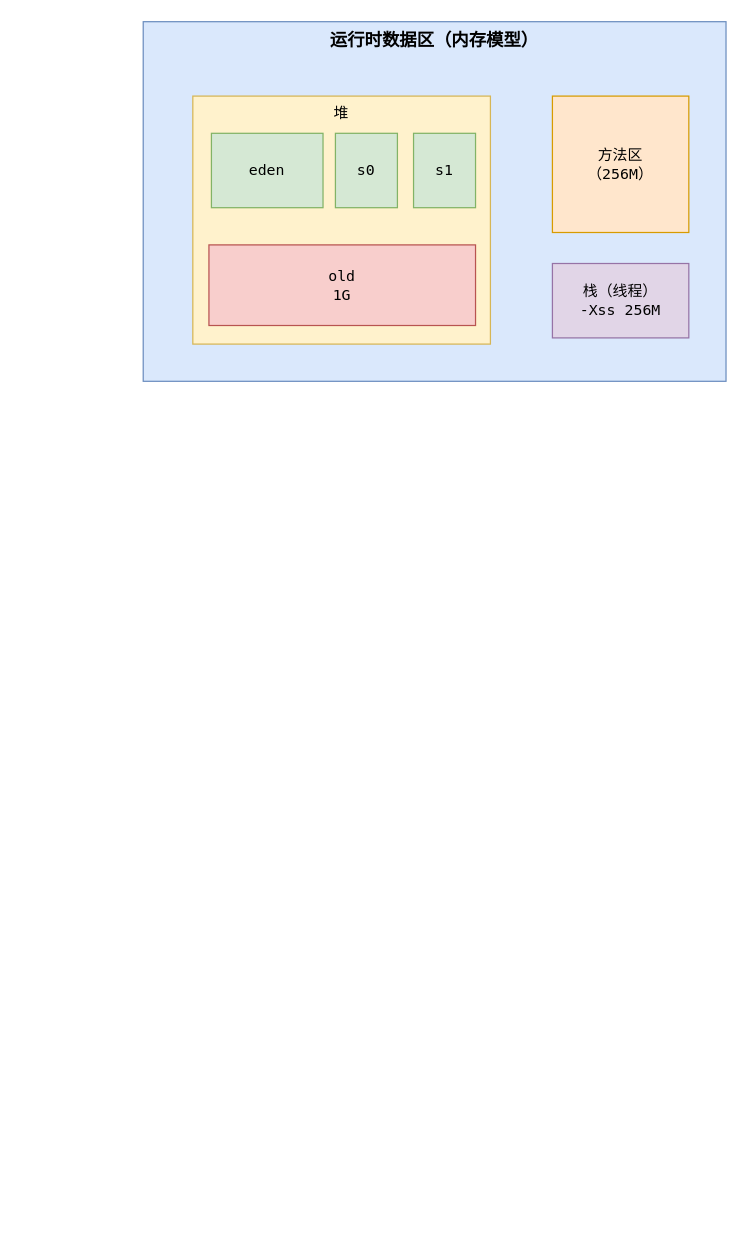
songailin/draw keeps this draw.io diagram as Untitled Diagram.drawio. Above is the earlier version. Source tidied: cells renumbered, new cells numbered last; positions are measured from the earlier drawing's top-left corner, leaving out a move shared by most shapes. Both pictures are drawn from the tidied source at 124%, with x=0, y=0 at pixel (143, 21).
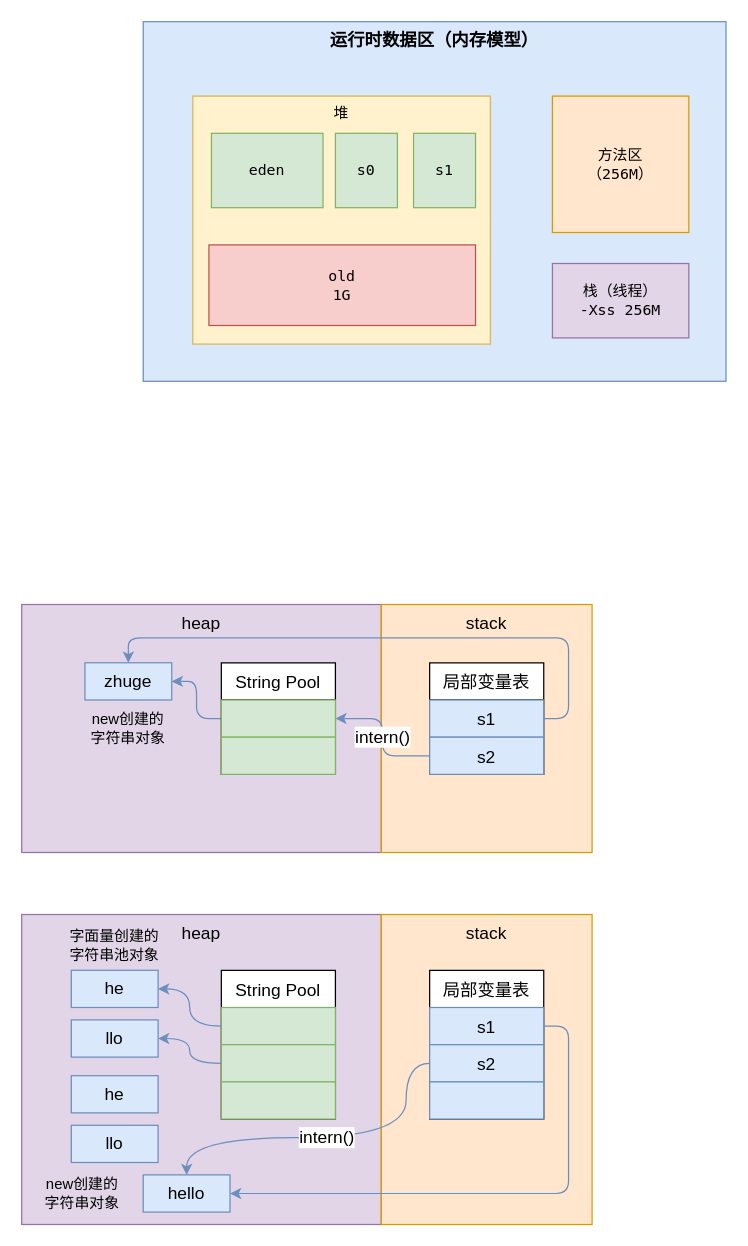
Above is the later version.

Change to the diagram source:
```diff
@@
+    <mxCell id="10" value="heap" style="rounded=0;whiteSpace=wrap;html=1;align=center;verticalAlign=top;fontSize=14;fillColor=#e1d5e7;strokeColor=#9673a6;" parent="1" vertex="1">
+      <mxGeometry x="-98" y="470" width="290" height="200" as="geometry" />
+    </mxCell>
+    <mxCell id="11" value="stack" style="rounded=0;whiteSpace=wrap;html=1;verticalAlign=top;fontSize=14;fillColor=#ffe6cc;strokeColor=#d79b00;" parent="1" vertex="1">
+      <mxGeometry x="192" y="470" width="170" height="200" as="geometry" />
+    </mxCell>
+    <mxCell id="12" value="局部变量表" style="swimlane;fontStyle=0;horizontal=1;startSize=30;fontSize=14;" parent="1" vertex="1">
+      <mxGeometry x="231" y="517" width="92" height="90" as="geometry" />
+    </mxCell>
+    <mxCell id="13" value="s1" style="text;strokeColor=#6c8ebf;fillColor=#dae8fc;align=center;verticalAlign=middle;spacingLeft=4;spacingRight=4;overflow=hidden;points=[[0,0.5],[1,0.5]];portConstraint=eastwest;fontSize=14;" parent="12" vertex="1">
+      <mxGeometry y="30" width="92" height="30" as="geometry" />
+    </mxCell>
+    <mxCell id="14" value="s2" style="text;strokeColor=#6c8ebf;fillColor=#dae8fc;align=center;verticalAlign=middle;spacingLeft=4;spacingRight=4;overflow=hidden;points=[[0,0.5],[1,0.5]];portConstraint=eastwest;fontSize=14;" parent="12" vertex="1">
+      <mxGeometry y="60" width="92" height="30" as="geometry" />
+    </mxCell>
+    <mxCell id="15" style="edgeStyle=orthogonalEdgeStyle;rounded=1;jettySize=auto;html=1;exitX=0;exitY=0.5;exitDx=0;exitDy=0;fontSize=14;fillColor=#dae8fc;strokeColor=#6c8ebf;" parent="1" edge="1" source="16" target="19">
+      <mxGeometry relative="1" as="geometry" />
+    </mxCell>
+    <mxCell id="16" value="String Pool" style="swimlane;fontStyle=0;horizontal=1;startSize=30;fontSize=14;" parent="1" vertex="1">
+      <mxGeometry x="63" y="517" width="92" height="90" as="geometry" />
+    </mxCell>
+    <mxCell id="17" style="text;strokeColor=#82b366;fillColor=#d5e8d4;align=center;verticalAlign=middle;spacingLeft=4;spacingRight=4;overflow=hidden;fontSize=14;" parent="16" vertex="1">
+      <mxGeometry y="30" width="92" height="30" as="geometry" />
+    </mxCell>
+    <mxCell id="18" value=" " style="text;strokeColor=#82b366;fillColor=#d5e8d4;align=center;verticalAlign=middle;spacingLeft=4;spacingRight=4;overflow=hidden;fontSize=14;" parent="16" vertex="1">
+      <mxGeometry y="60" width="92" height="30" as="geometry" />
+    </mxCell>
+    <mxCell id="19" value="zhuge" style="rounded=0;whiteSpace=wrap;html=1;fontSize=14;fillColor=#dae8fc;strokeColor=#6c8ebf;" parent="1" vertex="1">
+      <mxGeometry x="-47" y="517" width="70" height="30" as="geometry" />
+    </mxCell>
+    <mxCell id="20" style="edgeStyle=orthogonalEdgeStyle;rounded=1;jettySize=auto;html=1;exitX=1;exitY=0.5;exitDx=0;exitDy=0;entryX=0.5;entryY=0;entryDx=0;entryDy=0;fontSize=14;fillColor=#dae8fc;strokeColor=#6c8ebf;" parent="1" edge="1" source="13" target="19">
+      <mxGeometry relative="1" as="geometry" />
+    </mxCell>
+    <mxCell id="21" value="intern()" style="edgeStyle=orthogonalEdgeStyle;jettySize=auto;html=1;exitX=0;exitY=0.5;exitDx=0;exitDy=0;fontSize=14;fillColor=#dae8fc;strokeColor=#6c8ebf;entryX=1;entryY=0.5;entryDx=0;entryDy=0;rounded=1;" parent="1" edge="1" source="14" target="16">
+      <mxGeometry relative="1" as="geometry" />
+    </mxCell>
+    <mxCell id="22" value="heap" style="rounded=0;whiteSpace=wrap;html=1;align=center;verticalAlign=top;fontSize=14;fillColor=#e1d5e7;strokeColor=#9673a6;" parent="1" vertex="1">
+      <mxGeometry x="-98" y="720" width="290" height="250" as="geometry" />
+    </mxCell>
+    <mxCell id="23" value="stack" style="rounded=0;whiteSpace=wrap;html=1;verticalAlign=top;fontSize=14;fillColor=#ffe6cc;strokeColor=#d79b00;" parent="1" vertex="1">
+      <mxGeometry x="192" y="720" width="170" height="250" as="geometry" />
+    </mxCell>
+    <mxCell id="24" value="局部变量表" style="swimlane;fontStyle=0;horizontal=1;startSize=30;fontSize=14;" parent="1" vertex="1">
+      <mxGeometry x="231" y="765" width="92" height="120" as="geometry" />
+    </mxCell>
+    <mxCell id="25" value="s1" style="text;strokeColor=#6c8ebf;fillColor=#dae8fc;align=center;verticalAlign=middle;spacingLeft=4;spacingRight=4;overflow=hidden;points=[[0,0.5],[1,0.5]];portConstraint=eastwest;fontSize=14;" parent="24" vertex="1">
+      <mxGeometry y="30" width="92" height="30" as="geometry" />
+    </mxCell>
+    <mxCell id="26" value="s2" style="text;strokeColor=#6c8ebf;fillColor=#dae8fc;align=center;verticalAlign=middle;spacingLeft=4;spacingRight=4;overflow=hidden;points=[[0,0.5],[1,0.5]];portConstraint=eastwest;fontSize=14;" parent="24" vertex="1">
+      <mxGeometry y="60" width="92" height="30" as="geometry" />
+    </mxCell>
+    <mxCell id="27" style="text;strokeColor=#6c8ebf;fillColor=#dae8fc;align=center;verticalAlign=middle;spacingLeft=4;spacingRight=4;overflow=hidden;fontSize=14;" parent="24" vertex="1">
+      <mxGeometry y="90" width="92" height="30" as="geometry" />
+    </mxCell>
+    <mxCell id="28" value="String Pool" style="swimlane;fontStyle=0;horizontal=1;startSize=30;fontSize=14;" parent="1" vertex="1">
+      <mxGeometry x="63" y="765" width="92" height="120" as="geometry" />
+    </mxCell>
+    <mxCell id="29" style="text;strokeColor=#82b366;fillColor=#d5e8d4;align=center;verticalAlign=middle;spacingLeft=4;spacingRight=4;overflow=hidden;points=[[0,0.5],[1,0.5]];portConstraint=eastwest;fontSize=14;" parent="28" vertex="1">
+      <mxGeometry y="30" width="92" height="30" as="geometry" />
+    </mxCell>
+    <mxCell id="30" style="text;strokeColor=#82b366;fillColor=#d5e8d4;align=center;verticalAlign=middle;spacingLeft=4;spacingRight=4;overflow=hidden;points=[[0,0.5],[1,0.5]];portConstraint=eastwest;fontSize=14;" parent="28" vertex="1">
+      <mxGeometry y="60" width="92" height="30" as="geometry" />
+    </mxCell>
+    <mxCell id="31" style="text;strokeColor=#82b366;fillColor=#d5e8d4;align=center;verticalAlign=middle;spacingLeft=4;spacingRight=4;overflow=hidden;fontSize=14;" parent="28" vertex="1">
+      <mxGeometry y="90" width="92" height="30" as="geometry" />
+    </mxCell>
+    <mxCell id="32" value="he" style="rounded=0;whiteSpace=wrap;html=1;fontSize=14;fillColor=#dae8fc;strokeColor=#6c8ebf;" parent="1" vertex="1">
+      <mxGeometry x="-58" y="765" width="70" height="30" as="geometry" />
+    </mxCell>
+    <mxCell id="33" value="llo" style="rounded=0;whiteSpace=wrap;html=1;fontSize=14;fillColor=#dae8fc;strokeColor=#6c8ebf;" parent="1" vertex="1">
+      <mxGeometry x="-58" y="805" width="70" height="30" as="geometry" />
+    </mxCell>
+    <mxCell id="34" value="hello" style="rounded=0;whiteSpace=wrap;html=1;fontSize=14;fillColor=#dae8fc;strokeColor=#6c8ebf;" parent="1" vertex="1">
+      <mxGeometry y="930" width="70" height="30" as="geometry" />
+    </mxCell>
+    <mxCell id="35" style="edgeStyle=orthogonalEdgeStyle;rounded=1;jettySize=auto;html=1;exitX=1;exitY=0.5;exitDx=0;exitDy=0;entryX=1;entryY=0.5;entryDx=0;entryDy=0;fontSize=14;fillColor=#dae8fc;strokeColor=#6c8ebf;" parent="1" edge="1" source="25" target="34">
+      <mxGeometry relative="1" as="geometry" />
+    </mxCell>
+    <mxCell id="36" style="edgeStyle=orthogonalEdgeStyle;jettySize=auto;html=1;exitX=0;exitY=0.5;exitDx=0;exitDy=0;entryX=1;entryY=0.5;entryDx=0;entryDy=0;fontSize=14;fillColor=#dae8fc;strokeColor=#6c8ebf;curved=1;" parent="1" edge="1" source="29" target="32">
+      <mxGeometry relative="1" as="geometry" />
+    </mxCell>
+    <mxCell id="37" style="edgeStyle=orthogonalEdgeStyle;jettySize=auto;html=1;exitX=0;exitY=0.5;exitDx=0;exitDy=0;entryX=1;entryY=0.5;entryDx=0;entryDy=0;fontSize=14;fillColor=#dae8fc;strokeColor=#6c8ebf;curved=1;" parent="1" edge="1" source="30" target="33">
+      <mxGeometry relative="1" as="geometry" />
+    </mxCell>
+    <mxCell id="38" value="he" style="rounded=0;whiteSpace=wrap;html=1;fontSize=14;fillColor=#dae8fc;strokeColor=#6c8ebf;" parent="1" vertex="1">
+      <mxGeometry x="-58" y="850" width="70" height="30" as="geometry" />
+    </mxCell>
+    <mxCell id="39" value="llo" style="rounded=0;whiteSpace=wrap;html=1;fontSize=14;fillColor=#dae8fc;strokeColor=#6c8ebf;" parent="1" vertex="1">
+      <mxGeometry x="-58" y="890" width="70" height="30" as="geometry" />
+    </mxCell>
+    <mxCell id="40" value="字面量创建的字符串池对象" style="text;html=1;strokeColor=none;fillColor=none;align=center;verticalAlign=middle;whiteSpace=wrap;rounded=0;fontSize=12;" parent="1" vertex="1">
+      <mxGeometry x="-62" y="730" width="78" height="30" as="geometry" />
+    </mxCell>
+    <mxCell id="41" value="intern()" style="edgeStyle=orthogonalEdgeStyle;jettySize=auto;html=1;fontSize=14;fillColor=#dae8fc;strokeColor=#6c8ebf;exitX=0;exitY=0.5;exitDx=0;exitDy=0;entryX=0.5;entryY=0;entryDx=0;entryDy=0;curved=1;" parent="1" edge="1" source="26" target="34">
+      <mxGeometry relative="1" as="geometry">
+        <Array as="points">
+          <mxPoint x="212" y="840" />
+          <mxPoint x="212" y="900" />
+          <mxPoint x="35" y="900" />
+        </Array>
+      </mxGeometry>
+    </mxCell>
+    <mxCell id="42" value="new创建的&lt;br&gt;字符串对象" style="text;html=1;strokeColor=none;fillColor=none;align=center;verticalAlign=middle;whiteSpace=wrap;rounded=0;fontSize=12;" parent="1" vertex="1">
+      <mxGeometry x="-88" y="930" width="78" height="30" as="geometry" />
+    </mxCell>
+    <mxCell id="43" value="new创建的&lt;br&gt;字符串对象" style="text;html=1;strokeColor=none;fillColor=none;align=center;verticalAlign=middle;whiteSpace=wrap;rounded=0;fontSize=12;" parent="1" vertex="1">
+      <mxGeometry x="-51" y="555" width="78" height="30" as="geometry" />
+    </mxCell>
```
